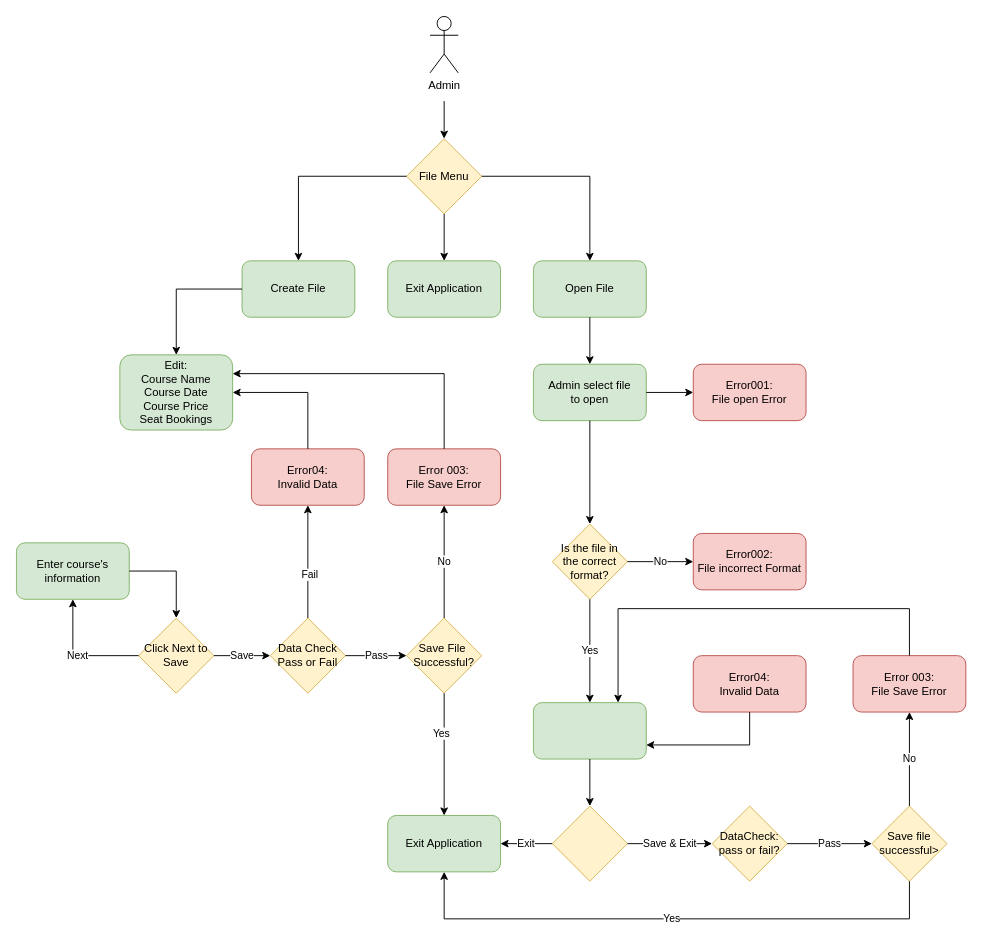
The draw.io diagram flow chart diagra,.drawio in AlenKrga/CourseBookingDFD, before the edit. Source tidied: cells renumbered, new cells numbered last; positions are measured from the earlier drawing's top-left corner, leaving out a move shared by most shapes. Both pictures are drawn from the tidied source at 94%, with x=0, y=0 at pixel (16, 16).
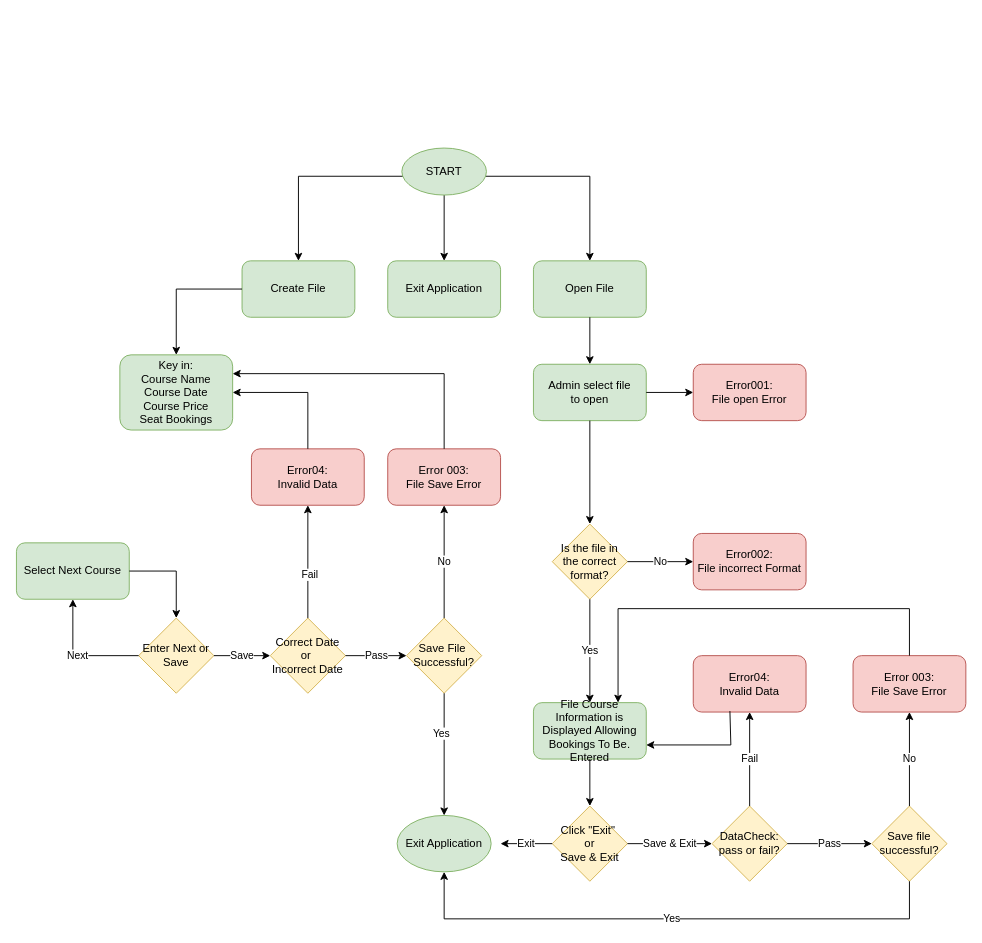
The same diagram, later.

The change refers to these unchanged cells:
```xml
<mxCell id="4" value="Create File" style="rounded=1;whiteSpace=wrap;html=1;fillColor=#d5e8d4;strokeColor=#82b366;" parent="1" vertex="1">
  <mxGeometry x="240" y="260" width="120" height="60" as="geometry" />
</mxCell>
<mxCell id="5" value="Exit Application" style="rounded=1;whiteSpace=wrap;html=1;fillColor=#d5e8d4;strokeColor=#82b366;" parent="1" vertex="1">
  <mxGeometry x="395" y="260" width="120" height="60" as="geometry" />
</mxCell>
<mxCell id="6" value="Open File" style="rounded=1;whiteSpace=wrap;html=1;fillColor=#d5e8d4;strokeColor=#82b366;" parent="1" vertex="1">
  <mxGeometry x="550" y="260" width="120" height="60" as="geometry" />
</mxCell>
<mxCell id="15" value="Save File&amp;nbsp;&lt;br&gt;Successful?" style="rhombus;whiteSpace=wrap;html=1;fillColor=#fff2cc;strokeColor=#d6b656;" parent="1" vertex="1">
  <mxGeometry x="415" y="640" width="80" height="80" as="geometry" />
</mxCell>
<mxCell id="19" value="Error04:&lt;br&gt;Invalid Data" style="rounded=1;whiteSpace=wrap;html=1;fillColor=#f8cecc;strokeColor=#b85450;" parent="1" vertex="1">
  <mxGeometry x="720" y="680" width="120" height="60" as="geometry" />
</mxCell>
<mxCell id="22" value="DataCheck:&lt;br&gt;pass or fail?" style="rhombus;whiteSpace=wrap;html=1;fillColor=#fff2cc;strokeColor=#d6b656;" parent="1" vertex="1">
  <mxGeometry x="740" y="840" width="80" height="80" as="geometry" />
</mxCell>
```

Diff of the diagram source:
```diff
@@
-    <mxCell id="2" value="Admin" style="shape=umlActor;verticalLabelPosition=bottom;verticalAlign=top;html=1;" parent="1" vertex="1">
-      <mxGeometry x="440" width="30" height="60" as="geometry" />
-    </mxCell>
-    <mxCell id="3" value="File Menu" style="rhombus;whiteSpace=wrap;html=1;fillColor=#fff2cc;strokeColor=#d6b656;" parent="1" vertex="1">
-      <mxGeometry x="415" y="130" width="80" height="80" as="geometry" />
-    </mxCell>
@@
-    <mxCell id="7" value="Edit:&lt;br&gt;Course Name&lt;br&gt;Course Date&lt;br&gt;Course Price&lt;br&gt;Seat Bookings" style="rounded=1;whiteSpace=wrap;html=1;fillColor=#d5e8d4;strokeColor=#82b366;" parent="1" vertex="1">
+    <mxCell id="7" value="Key in:&lt;br&gt;Course Name&lt;br&gt;Course Date&lt;br&gt;Course Price&lt;br&gt;Seat Bookings" style="rounded=1;whiteSpace=wrap;html=1;fillColor=#d5e8d4;strokeColor=#82b366;" parent="1" vertex="1">
       <mxGeometry x="110" y="360" width="120" height="80" as="geometry" />
     </mxCell>
@@
-    <mxCell id="12" value="Enter course's information" style="rounded=1;whiteSpace=wrap;html=1;fillColor=#d5e8d4;strokeColor=#82b366;" parent="1" vertex="1">
+    <mxCell id="12" value="Select Next Course" style="rounded=1;whiteSpace=wrap;html=1;fillColor=#d5e8d4;strokeColor=#82b366;" parent="1" vertex="1">
       <mxGeometry y="560" width="120" height="60" as="geometry" />
     </mxCell>
-    <mxCell id="13" value="Click Next to Save" style="rhombus;whiteSpace=wrap;html=1;fillColor=#fff2cc;strokeColor=#d6b656;" parent="1" vertex="1">
+    <mxCell id="13" value="Enter Next or Save" style="rhombus;whiteSpace=wrap;html=1;fillColor=#fff2cc;strokeColor=#d6b656;" parent="1" vertex="1">
       <mxGeometry x="130" y="640" width="80" height="80" as="geometry" />
     </mxCell>
-    <mxCell id="14" value="Data Check&lt;br&gt;Pass or Fail" style="rhombus;whiteSpace=wrap;html=1;fillColor=#fff2cc;strokeColor=#d6b656;" parent="1" vertex="1">
+    <mxCell id="14" value="Correct Date&lt;br&gt;or&amp;nbsp;&lt;br&gt;Incorrect Date" style="rhombus;whiteSpace=wrap;html=1;fillColor=#fff2cc;strokeColor=#d6b656;" parent="1" vertex="1">
       <mxGeometry x="270" y="640" width="80" height="80" as="geometry" />
     </mxCell>
@@
-    <mxCell id="18" style="rounded=1;whiteSpace=wrap;html=1;fillColor=#d5e8d4;strokeColor=#82b366;" parent="1" vertex="1">
+    <mxCell id="18" value="File Course Information is Displayed Allowing Bookings To Be. Entered" style="rounded=1;whiteSpace=wrap;html=1;fillColor=#d5e8d4;strokeColor=#82b366;" parent="1" vertex="1">
       <mxGeometry x="550" y="730" width="120" height="60" as="geometry" />
     </mxCell>
@@
-    <mxCell id="21" value="Save file&lt;br&gt;successful&amp;gt;" style="rhombus;whiteSpace=wrap;html=1;fillColor=#fff2cc;strokeColor=#d6b656;" parent="1" vertex="1">
+    <mxCell id="21" value="Save file&lt;br&gt;successful?" style="rhombus;whiteSpace=wrap;html=1;fillColor=#fff2cc;strokeColor=#d6b656;" parent="1" vertex="1">
       <mxGeometry x="910" y="840" width="80" height="80" as="geometry" />
     </mxCell>
@@
-    <mxCell id="23" style="rhombus;whiteSpace=wrap;html=1;fillColor=#fff2cc;strokeColor=#d6b656;" parent="1" vertex="1">
+    <mxCell id="23" value="Click &quot;Exit&quot;&amp;nbsp;&lt;br&gt;or&lt;br&gt;Save &amp;amp; Exit" style="rhombus;whiteSpace=wrap;html=1;fillColor=#fff2cc;strokeColor=#d6b656;" parent="1" vertex="1">
       <mxGeometry x="570" y="840" width="80" height="80" as="geometry" />
     </mxCell>
-    <mxCell id="24" value="Exit Application" style="rounded=1;whiteSpace=wrap;html=1;fillColor=#d5e8d4;strokeColor=#82b366;" parent="1" vertex="1">
-      <mxGeometry x="395" y="850" width="120" height="60" as="geometry" />
-    </mxCell>
-    <mxCell id="25" style="endArrow=classic;html=1;rounded=0;entryX=0.5;entryY=0;entryDx=0;entryDy=0;exitX=0;exitY=0.5;exitDx=0;exitDy=0;" parent="1" edge="1" source="3" target="4">
+    <mxCell id="25" style="endArrow=classic;html=1;rounded=0;entryX=0.5;entryY=0;entryDx=0;entryDy=0;exitX=0;exitY=0.5;exitDx=0;exitDy=0;" parent="1" edge="1" target="4">
       <mxGeometry relative="1" as="geometry">
+        <mxPoint x="415" y="170" as="sourcePoint" />
         <Array as="points">
           <mxPoint x="300" y="170" />
         </Array>
       </mxGeometry>
     </mxCell>
-    <mxCell id="26" style="endArrow=classic;html=1;rounded=0;entryX=0.5;entryY=0;entryDx=0;entryDy=0;exitX=1;exitY=0.5;exitDx=0;exitDy=0;" parent="1" edge="1" source="3" target="6">
+    <mxCell id="26" style="endArrow=classic;html=1;rounded=0;entryX=0.5;entryY=0;entryDx=0;entryDy=0;exitX=1;exitY=0.5;exitDx=0;exitDy=0;" parent="1" edge="1" target="6">
       <mxGeometry relative="1" as="geometry">
+        <mxPoint x="495" y="170" as="sourcePoint" />
         <Array as="points">
           <mxPoint x="610" y="170" />
         </Array>
       </mxGeometry>
     </mxCell>
-    <mxCell id="27" style="endArrow=classic;html=1;rounded=0;exitX=0.5;exitY=1;exitDx=0;exitDy=0;entryX=0.5;entryY=0;entryDx=0;entryDy=0;" parent="1" edge="1" source="3" target="5">
+    <mxCell id="27" style="endArrow=classic;html=1;rounded=0;exitX=0.5;exitY=1;exitDx=0;exitDy=0;entryX=0.5;entryY=0;entryDx=0;entryDy=0;" parent="1" edge="1" source="55" target="5">
       <mxGeometry relative="1" as="geometry" />
     </mxCell>
@@
-    <mxCell id="35" style="endArrow=classic;html=1;rounded=0;entryX=1;entryY=0.75;entryDx=0;entryDy=0;exitX=0.5;exitY=1;exitDx=0;exitDy=0;" parent="1" edge="1" source="19" target="18">
+    <mxCell id="35" style="endArrow=classic;html=1;rounded=0;entryX=1;entryY=0.75;entryDx=0;entryDy=0;exitX=0.325;exitY=0.983;exitDx=0;exitDy=0;exitPerimeter=0;" parent="1" edge="1" source="19" target="18">
       <mxGeometry relative="1" as="geometry">
         <Array as="points">
-          <mxPoint x="780" y="775" />
+          <mxPoint x="760" y="775" />
         </Array>
       </mxGeometry>
     </mxCell>
@@
-    <mxCell id="39" value="Yes" style="endArrow=classic;html=1;rounded=0;exitX=0.5;exitY=1;exitDx=0;exitDy=0;entryX=0.5;entryY=1;entryDx=0;entryDy=0;" parent="1" edge="1" source="21" target="24">
+    <mxCell id="39" value="Yes" style="endArrow=classic;html=1;rounded=0;exitX=0.5;exitY=1;exitDx=0;exitDy=0;entryX=0.5;entryY=1;entryDx=0;entryDy=0;" parent="1" edge="1" source="21">
       <mxGeometry relative="1" as="geometry">
+        <mxPoint x="455" y="910" as="targetPoint" />
         <Array as="points">
           <mxPoint x="950" y="960" />
           <mxPoint x="455" y="960" />
         </Array>
       </mxGeometry>
     </mxCell>
-    <mxCell id="40" style="endArrow=classic;html=1;rounded=0;exitX=0.5;exitY=1;exitDx=0;exitDy=0;entryX=0.5;entryY=0;entryDx=0;entryDy=0;" parent="1" edge="1" source="15" target="24">
-      <mxGeometry relative="1" as="geometry" />
+    <mxCell id="40" style="endArrow=classic;html=1;rounded=0;exitX=0.5;exitY=1;exitDx=0;exitDy=0;entryX=0.5;entryY=0;entryDx=0;entryDy=0;" parent="1" edge="1" source="15">
+      <mxGeometry relative="1" as="geometry">
+        <mxPoint x="455" y="850" as="targetPoint" />
+      </mxGeometry>
     </mxCell>
@@
-    <mxCell id="51" style="endArrow=classic;html=1;rounded=0;entryX=0.5;entryY=0;entryDx=0;entryDy=0;" parent="1" edge="1" target="3">
-      <mxGeometry relative="1" as="geometry">
-        <mxPoint x="455" y="90" as="sourcePoint" />
-      </mxGeometry>
-    </mxCell>
-    <mxCell id="52" value="Exit" style="endArrow=classic;html=1;rounded=0;exitX=0;exitY=0.5;exitDx=0;exitDy=0;entryX=1;entryY=0.5;entryDx=0;entryDy=0;" parent="1" edge="1" source="23" target="24">
-      <mxGeometry relative="1" as="geometry" />
+    <mxCell id="52" value="Exit" style="endArrow=classic;html=1;rounded=0;exitX=0;exitY=0.5;exitDx=0;exitDy=0;entryX=1;entryY=0.5;entryDx=0;entryDy=0;" parent="1" edge="1" source="23">
+      <mxGeometry relative="1" as="geometry">
+        <mxPoint x="515" y="880" as="targetPoint" />
+      </mxGeometry>
     </mxCell>
@@
+    <mxCell id="54" value="Fail" style="endArrow=classic;html=1;rounded=0;exitX=0.5;exitY=0;exitDx=0;exitDy=0;entryX=0.5;entryY=1;entryDx=0;entryDy=0;" parent="1" edge="1" source="22" target="19">
+      <mxGeometry relative="1" as="geometry" />
+    </mxCell>
+    <mxCell id="24" value="Exit Application" style="ellipse;whiteSpace=wrap;html=1;fillColor=#d5e8d4;strokeColor=#82b366;" parent="1" vertex="1">
+      <mxGeometry x="405" y="850" width="100" height="60" as="geometry" />
+    </mxCell>
+    <mxCell id="55" value="START" style="ellipse;whiteSpace=wrap;html=1;fillColor=#d5e8d4;strokeColor=#82b366;" parent="1" vertex="1">
+      <mxGeometry x="410" y="140" width="90" height="50" as="geometry" />
+    </mxCell>
```
